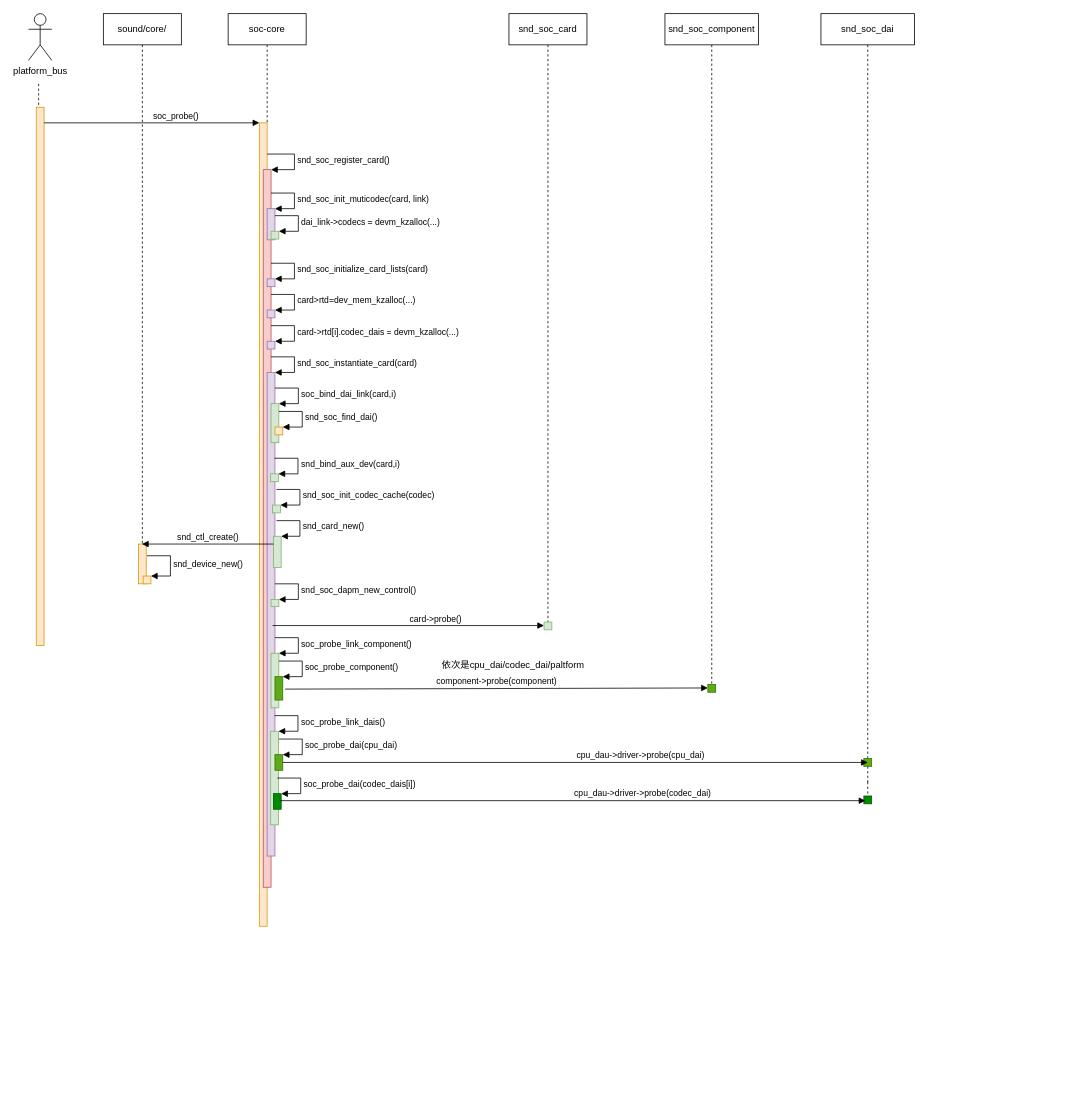
Before: alsa 驱动分析（一）.drawio in Vinson-001/Blog-flow-chart, a draw.io diagram. Source tidied: cells renumbered, new cells numbered last; positions are measured from the earlier drawing's top-left corner, leaving out a move shared by most shapes. Both pictures are drawn from the tidied source at 78%, with x=0, y=0 at pixel (28, 13).
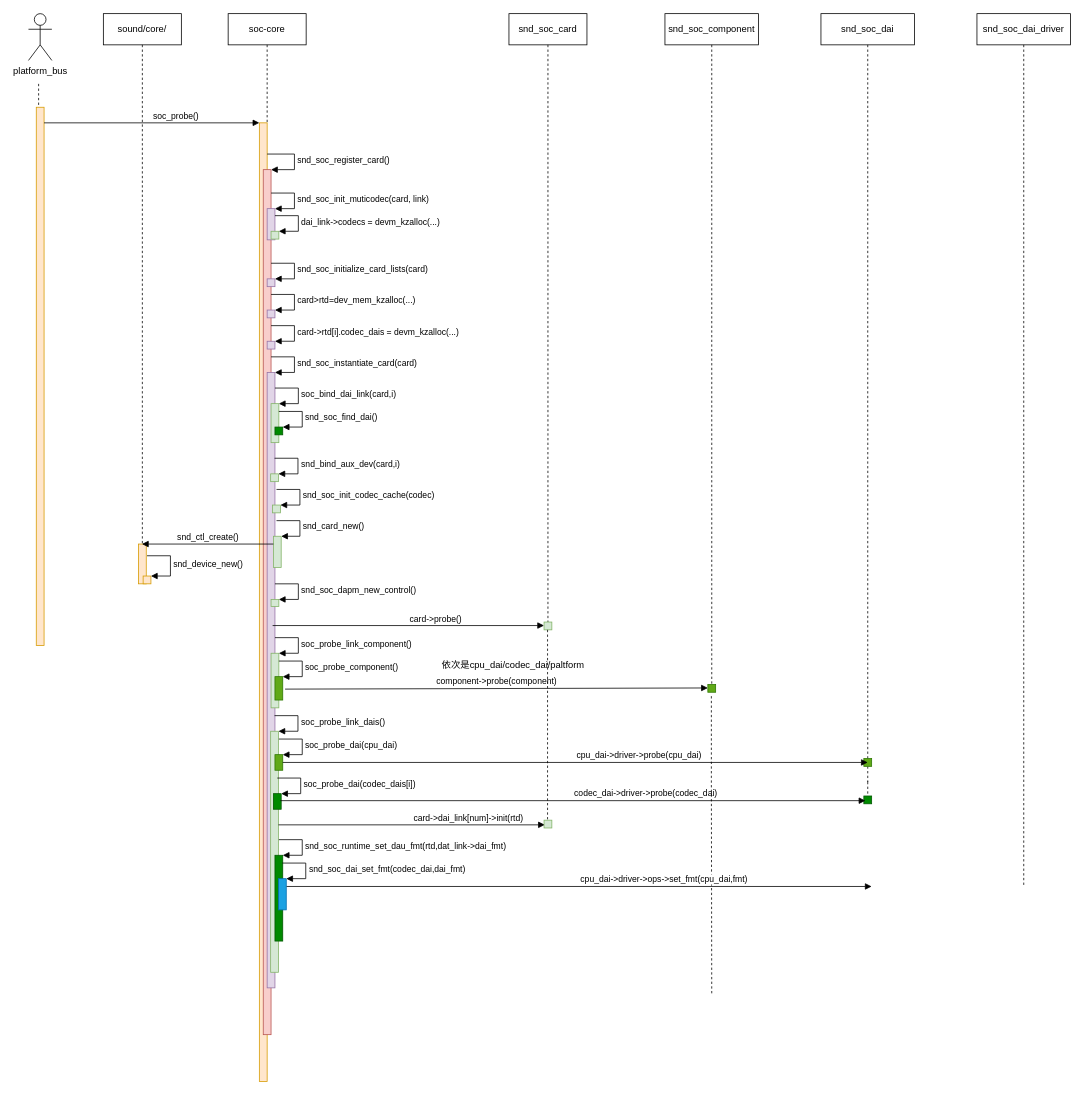
The same page after the edit.

Commit message:
更新alsa 驱动分析（一）.drawio

Unchanged cells that the change refers to:
```xml
<mxCell id="53" style="html=1;points=[];perimeter=orthogonalPerimeter;fillColor=#60a917;fontColor=#ffffff;strokeColor=#2D7600;" parent="1" vertex="1">
  <mxGeometry x="316" y="950" width="10" height="20" as="geometry" />
</mxCell>
```

What changed in the source:
```diff
@@
     <mxCell id="8" style="html=1;perimeter=orthogonalPerimeter;fillColor=#ffe6cc;strokeColor=#d79b00;" parent="1" vertex="1">
-      <mxGeometry x="296" y="140" width="10" height="1030" as="geometry" />
+      <mxGeometry x="296" y="140" width="10" height="1229" as="geometry" />
     </mxCell>
@@
     <mxCell id="10" style="html=1;points=[];perimeter=orthogonalPerimeter;fillColor=#f8cecc;strokeColor=#b85450;" parent="1" vertex="1">
-      <mxGeometry x="301" y="200" width="10" height="920" as="geometry" />
+      <mxGeometry x="301" y="200" width="10" height="1109" as="geometry" />
     </mxCell>
@@
     <mxCell id="22" style="html=1;points=[];perimeter=orthogonalPerimeter;fillColor=#e1d5e7;strokeColor=#9673a6;" parent="1" vertex="1">
-      <mxGeometry x="306" y="460" width="10" height="620" as="geometry" />
+      <mxGeometry x="306" y="460" width="10" height="789" as="geometry" />
     </mxCell>
@@
-    <mxCell id="26" style="html=1;points=[];perimeter=orthogonalPerimeter;fillColor=#ffe6cc;strokeColor=#d79b00;" parent="1" vertex="1">
+    <mxCell id="26" style="html=1;points=[];perimeter=orthogonalPerimeter;fillColor=#008a00;strokeColor=#005700;fontColor=#ffffff;" parent="1" vertex="1">
       <mxGeometry x="316" y="530" width="10" height="10" as="geometry" />
     </mxCell>
@@
     <mxCell id="50" style="html=1;points=[];perimeter=orthogonalPerimeter;fillColor=#d5e8d4;strokeColor=#82b366;" parent="1" vertex="1">
-      <mxGeometry x="310.5" y="920" width="10" height="120" as="geometry" />
+      <mxGeometry x="310.5" y="920" width="10" height="309" as="geometry" />
     </mxCell>
@@
-    <mxCell id="57" value="cpu_dau-&amp;gt;driver-&amp;gt;probe(cpu_dai)" style="html=1;verticalAlign=bottom;endArrow=block;rounded=0;align=left;" parent="1" edge="1" source="53">
+    <mxCell id="57" value="cpu_dai-&amp;gt;driver-&amp;gt;probe(cpu_dai)" style="html=1;verticalAlign=bottom;endArrow=block;rounded=0;align=left;labelPosition=right;verticalLabelPosition=top;" parent="1" edge="1" source="53">
       <mxGeometry relative="1" as="geometry">
         <mxPoint x="1076" y="960" as="targetPoint" />
       </mxGeometry>
     </mxCell>
@@
-    <mxCell id="61" value="cpu_dau-&amp;gt;driver-&amp;gt;probe(codec_dai)" style="html=1;verticalAlign=bottom;endArrow=block;rounded=0;align=left;" parent="1" edge="1">
+    <mxCell id="61" value="codec_dai-&amp;gt;driver-&amp;gt;probe(codec_dai)" style="html=1;verticalAlign=bottom;endArrow=block;rounded=0;align=left;" parent="1" edge="1">
       <mxGeometry relative="1" as="geometry">
         <mxPoint x="323" y="1009" as="sourcePoint" />
         <mxPoint x="1073" y="1009" as="targetPoint" />
       </mxGeometry>
     </mxCell>
+    <mxCell id="62" value="snd_soc_dai_driver" style="shape=umlLifeline;perimeter=lifelinePerimeter;whiteSpace=wrap;html=1;" parent="1" vertex="1">
+      <mxGeometry x="1216" width="120" height="1119" as="geometry" />
+    </mxCell>
+    <mxCell id="63" value="card-&amp;gt;dai_link[num]-&amp;gt;init(rtd)" style="html=1;verticalAlign=bottom;endArrow=block;rounded=0;align=left;entryX=0.1;entryY=0.6;entryDx=0;entryDy=0;entryPerimeter=0;" parent="1" edge="1" target="66">
+      <mxGeometry relative="1" as="geometry">
+        <mxPoint x="320.5" y="1040" as="sourcePoint" />
+      </mxGeometry>
+    </mxCell>
+    <mxCell id="64" style="edgeStyle=orthogonalEdgeStyle;rounded=0;orthogonalLoop=1;jettySize=auto;html=1;endArrow=none;endFill=0;dashed=1;" parent="1" edge="1">
+      <mxGeometry relative="1" as="geometry">
+        <mxPoint x="875.5" y="875" as="sourcePoint" />
+        <mxPoint x="876" y="1259" as="targetPoint" />
+        <Array as="points">
+          <mxPoint x="876" y="979" />
+          <mxPoint x="876" y="979" />
+        </Array>
+      </mxGeometry>
+    </mxCell>
+    <mxCell id="65" style="edgeStyle=orthogonalEdgeStyle;rounded=0;orthogonalLoop=1;jettySize=auto;html=1;endArrow=none;endFill=0;dashed=1;" parent="1" edge="1">
+      <mxGeometry relative="1" as="geometry">
+        <mxPoint x="665.5" y="790" as="sourcePoint" />
+        <mxPoint x="665.5" y="1039" as="targetPoint" />
+      </mxGeometry>
+    </mxCell>
+    <mxCell id="66" style="html=1;points=[];perimeter=orthogonalPerimeter;fillColor=#d5e8d4;strokeColor=#82b366;" parent="1" vertex="1">
+      <mxGeometry x="661" y="1034" width="10" height="10" as="geometry" />
+    </mxCell>
+    <mxCell id="67" style="html=1;points=[];perimeter=orthogonalPerimeter;fillColor=#008a00;fontColor=#ffffff;strokeColor=#005700;" parent="1" vertex="1">
+      <mxGeometry x="316" y="1079" width="10" height="110" as="geometry" />
+    </mxCell>
+    <mxCell id="68" value="snd_soc_runtime_set_dau_fmt(rtd,dat_link-&amp;gt;dai_fmt)" style="edgeStyle=orthogonalEdgeStyle;html=1;align=left;spacingLeft=2;endArrow=block;rounded=0;entryX=1;entryY=0;" parent="1" edge="1" target="67">
+      <mxGeometry relative="1" as="geometry">
+        <mxPoint x="321" y="1059" as="sourcePoint" />
+        <Array as="points">
+          <mxPoint x="351" y="1059" />
+        </Array>
+      </mxGeometry>
+    </mxCell>
+    <mxCell id="69" style="html=1;points=[];perimeter=orthogonalPerimeter;fillColor=#1ba1e2;fontColor=#ffffff;strokeColor=#006EAF;" parent="1" vertex="1">
+      <mxGeometry x="320.5" y="1109" width="10" height="40" as="geometry" />
+    </mxCell>
+    <mxCell id="70" value="snd_soc_dai_set_fmt(codec_dai,dai_fmt)" style="edgeStyle=orthogonalEdgeStyle;html=1;align=left;spacingLeft=2;endArrow=block;rounded=0;entryX=1;entryY=0;" parent="1" edge="1" target="69">
+      <mxGeometry relative="1" as="geometry">
+        <mxPoint x="325.5" y="1089" as="sourcePoint" />
+        <Array as="points">
+          <mxPoint x="355.5" y="1089" />
+        </Array>
+      </mxGeometry>
+    </mxCell>
+    <mxCell id="71" value="cpu_dai-&amp;gt;driver-&amp;gt;ops-&amp;gt;set_fmt(cpu_dai,fmt)" style="html=1;verticalAlign=bottom;endArrow=block;rounded=0;align=left;" parent="1" edge="1">
+      <mxGeometry relative="1" as="geometry">
+        <mxPoint x="331" y="1119" as="sourcePoint" />
+        <mxPoint x="1081" y="1119" as="targetPoint" />
+      </mxGeometry>
+    </mxCell>
```
